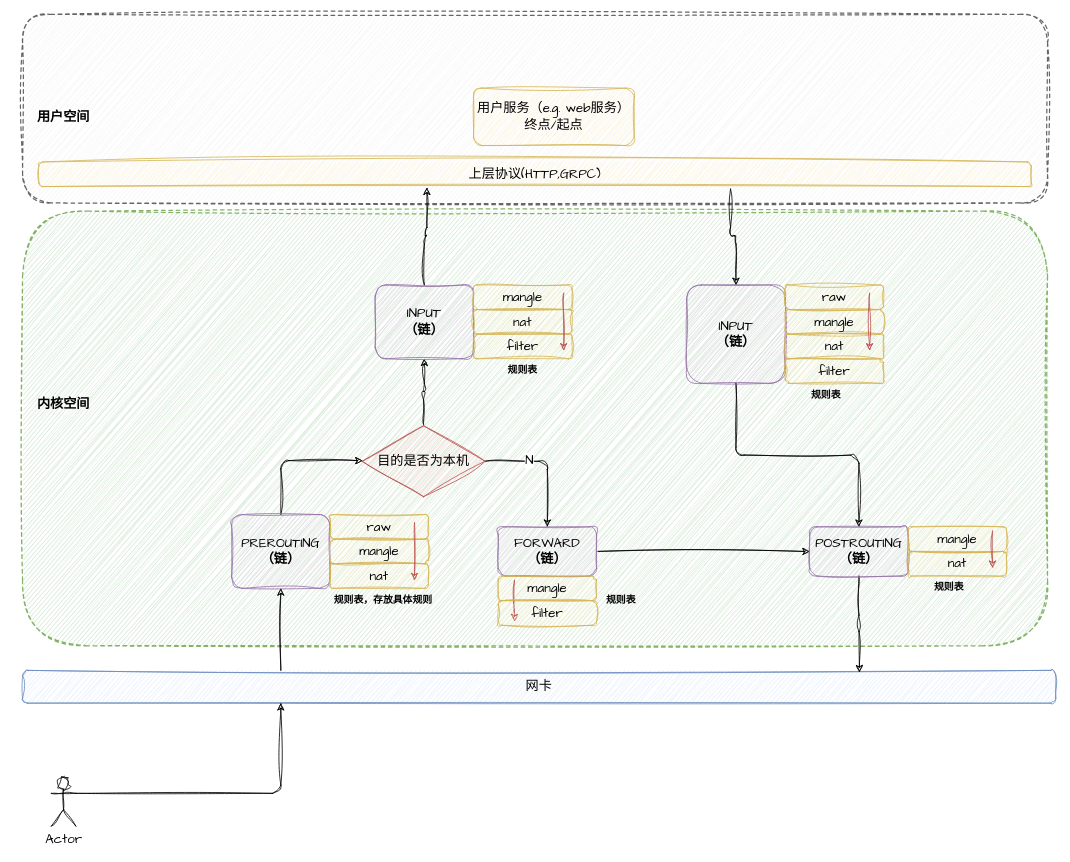
caijiatao/go-lib keeps this draw.io diagram as page "iptables" (7 of 9) of docs/k8s-code-reading.drawio. Above is the earlier version. Source tidied: cells renumbered, new cells numbered last; positions are measured from the earlier drawing's top-left corner, leaving out a move shared by most shapes. Both pictures are drawn from the tidied source at 82%, with x=0, y=0 at pixel (14, 14).
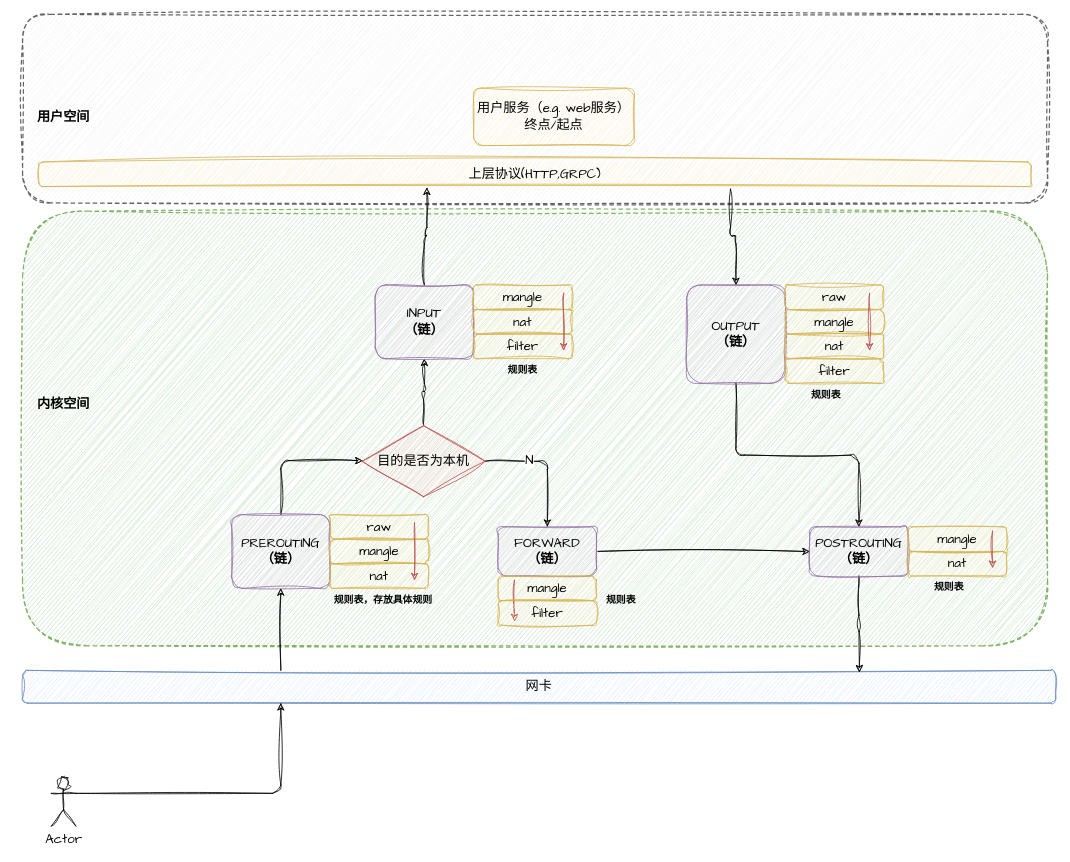
Above is the later version.

Change to the diagram source:
```diff
@@
-    <mxCell id="32" value="INPUT&lt;br&gt;&lt;b style=&quot;border-color: var(--border-color);&quot;&gt;（链）&lt;/b&gt;" style="rounded=1;whiteSpace=wrap;html=1;sketch=1;hachureGap=4;jiggle=2;curveFitting=1;fontFamily=Architects Daughter;fontSize=16;fillColor=#e1d5e7;strokeColor=#9673a6;" parent="1" vertex="1">
+    <mxCell id="32" value="OUTPUT&lt;br&gt;&lt;b style=&quot;border-color: var(--border-color);&quot;&gt;（链）&lt;/b&gt;" style="rounded=1;whiteSpace=wrap;html=1;sketch=1;hachureGap=4;jiggle=2;curveFitting=1;fontFamily=Architects Daughter;fontSize=16;fillColor=#e1d5e7;strokeColor=#9673a6;" parent="1" vertex="1">
       <mxGeometry x="820" y="330" width="120" height="120" as="geometry" />
     </mxCell>
```
